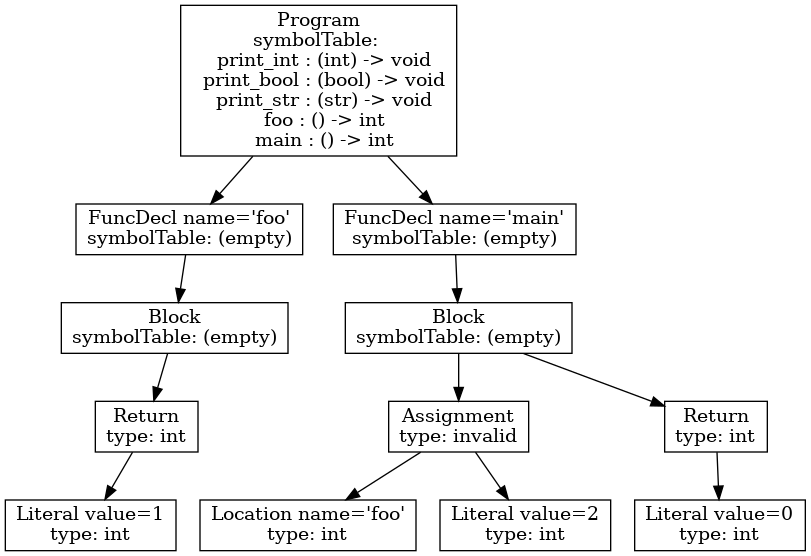
This is p3-analysis/tree.png from dada1802/cs432-project, a Graphviz export, as it was before one commit. Its source is kept beside it as p3-analysis/tree.dot.
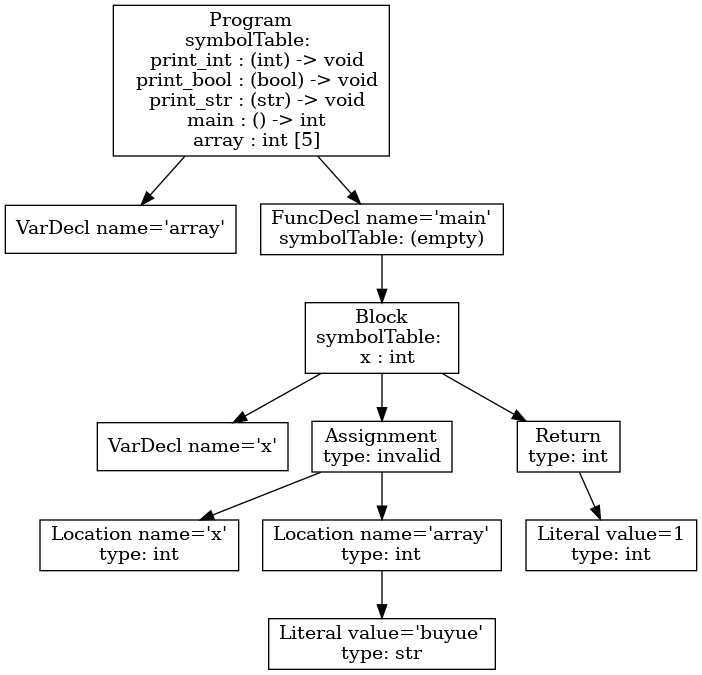
Above is the later version.

What changed in the source:
```diff
@@ -1,25 +1,23 @@
 digraph AST {
-4 [shape=box, label="Literal value=1\ntype: int"];
-3 [shape=box, label="Return\ntype: int"];
+1 [shape=box, label="VarDecl name='array'"];
+4 [shape=box, label="VarDecl name='x'"];
+6 [shape=box, label="Location name='x'\ntype: int"];
+8 [shape=box, label="Literal value='buyue'\ntype: str"];
+7 [shape=box, label="Location name='array'\ntype: int"];
+7 -> 8;
+5 [shape=box, label="Assignment\ntype: invalid"];
+5 -> 6;
+5 -> 7;
+10 [shape=box, label="Literal value=1\ntype: int"];
+9 [shape=box, label="Return\ntype: int"];
+9 -> 10;
+3 [shape=box, label="Block\nsymbolTable: \n  x : int"];
 3 -> 4;
-2 [shape=box, label="Block\nsymbolTable: (empty)"];
+3 -> 5;
+3 -> 9;
+2 [shape=box, label="FuncDecl name='main'\nsymbolTable: (empty)"];
 2 -> 3;
-1 [shape=box, label="FuncDecl name='foo'\nsymbolTable: (empty)"];
-1 -> 2;
-8 [shape=box, label="Location name='foo'\ntype: int"];
-9 [shape=box, label="Literal value=2\ntype: int"];
-7 [shape=box, label="Assignment\ntype: invalid"];
-7 -> 8;
-7 -> 9;
-11 [shape=box, label="Literal value=0\ntype: int"];
-10 [shape=box, label="Return\ntype: int"];
-10 -> 11;
-6 [shape=box, label="Block\nsymbolTable: (empty)"];
-6 -> 7;
-6 -> 10;
-5 [shape=box, label="FuncDecl name='main'\nsymbolTable: (empty)"];
-5 -> 6;
-0 [shape=box, label="Program\nsymbolTable: \n  print_int : (int) -> void\n  print_bool : (bool) -> void\n  print_str : (str) -> void\n  foo : () -> int\n  main : () -> int"];
+0 [shape=box, label="Program\nsymbolTable: \n  print_int : (int) -> void\n  print_bool : (bool) -> void\n  print_str : (str) -> void\n  main : () -> int\n  array : int [5]"];
 0 -> 1;
-0 -> 5;
+0 -> 2;
 }
```
